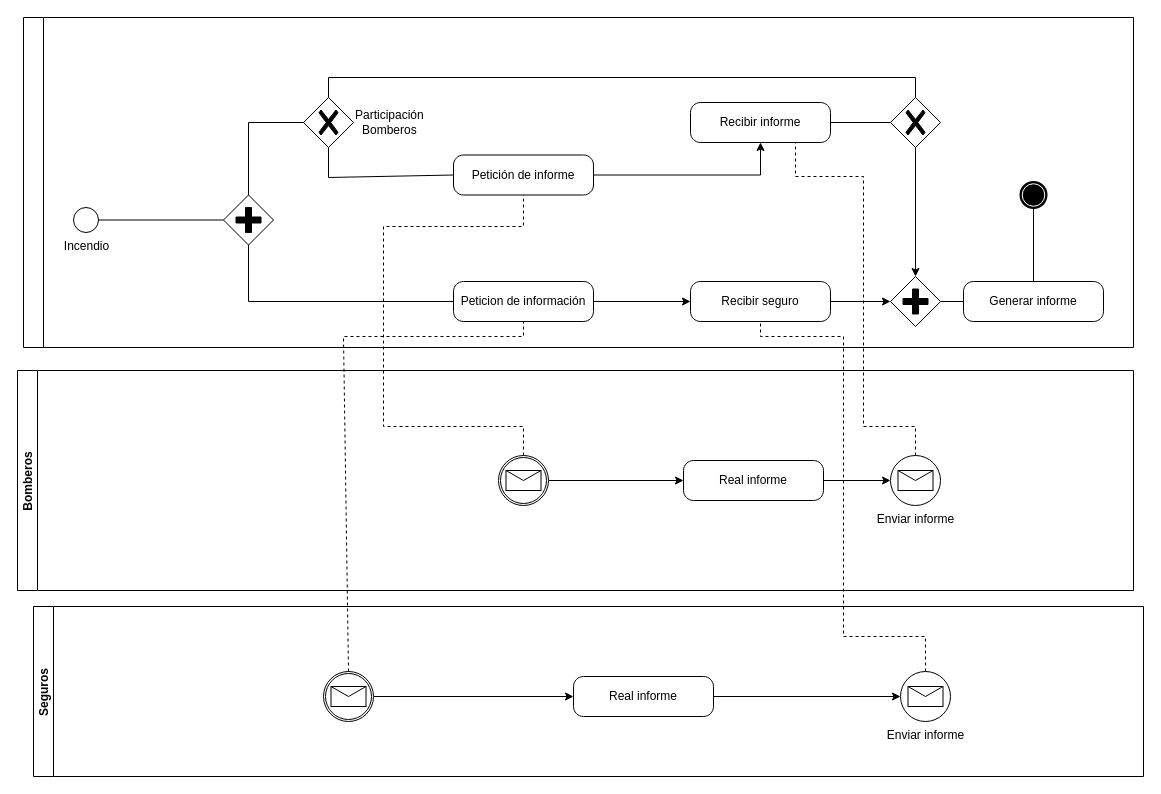
Earlier version of the draw.io diagram lab2/svgs/Supuesto01.drawio (javimlopez/INRE-UAL-Azul-2022). Source tidied: cells renumbered, new cells numbered last; positions are measured from the earlier drawing's top-left corner, leaving out a move shared by most shapes. Both pictures are drawn from the tidied source at 100%, with x=0, y=0 at pixel (17, 17).
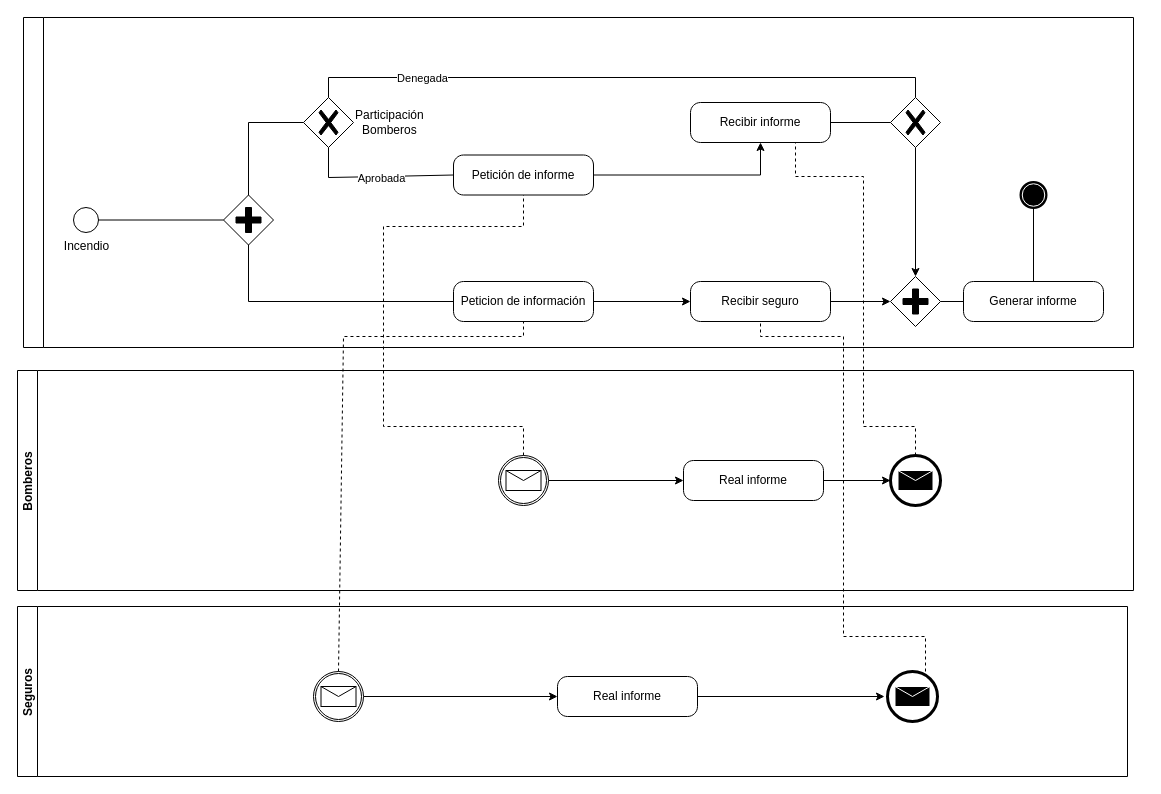
After the change.

Commit message (it also covers changes not shown here):
commmit lab1  35

The change refers to these unchanged cells:
```xml
<mxCell id="2" style="swimlane;horizontal=0;startSize=20;" parent="1" vertex="1">
  <mxGeometry x="6" width="1110" height="330" as="geometry" />
</mxCell>
<mxCell id="9" value="Participación&lt;br&gt;&lt;div style=&quot;text-align: center;&quot;&gt;Bomberos&lt;/div&gt;" style="points=[[0.25,0.25,0],[0.5,0,0],[0.75,0.25,0],[1,0.5,0],[0.75,0.75,0],[0.5,1,0],[0.25,0.75,0],[0,0.5,0]];shape=mxgraph.bpmn.gateway2;html=1;verticalLabelPosition=middle;labelBackgroundColor=#ffffff;verticalAlign=middle;align=left;perimeter=rhombusPerimeter;outlineConnect=0;outline=none;symbol=none;gwType=exclusive;labelPosition=right;" parent="2" vertex="1">
  <mxGeometry x="280" y="80" width="50" height="50" as="geometry" />
</mxCell>
<mxCell id="13" value="Recibir seguro" style="points=[[0.25,0,0],[0.5,0,0],[0.75,0,0],[1,0.25,0],[1,0.5,0],[1,0.75,0],[0.75,1,0],[0.5,1,0],[0.25,1,0],[0,0.75,0],[0,0.5,0],[0,0.25,0]];shape=mxgraph.bpmn.task;whiteSpace=wrap;rectStyle=rounded;size=10;taskMarker=abstract;" parent="2" vertex="1">
  <mxGeometry x="667" y="264" width="140" height="40" as="geometry" />
</mxCell>
<mxCell id="21" value="Recibir informe" style="points=[[0.25,0,0],[0.5,0,0],[0.75,0,0],[1,0.25,0],[1,0.5,0],[1,0.75,0],[0.75,1,0],[0.5,1,0],[0.25,1,0],[0,0.75,0],[0,0.5,0],[0,0.25,0]];shape=mxgraph.bpmn.task;whiteSpace=wrap;rectStyle=rounded;size=10;taskMarker=abstract;" parent="2" vertex="1">
  <mxGeometry x="667" y="85" width="140" height="40" as="geometry" />
</mxCell>
<mxCell id="23" style="endArrow=none;html=1;rounded=0;exitX=0.5;exitY=0;exitDx=0;exitDy=0;exitPerimeter=0;entryX=0.5;entryY=0;entryDx=0;entryDy=0;entryPerimeter=0;" parent="2" edge="1" source="9" target="16">
  <mxGeometry relative="1" as="geometry">
    <Array as="points">
      <mxPoint x="305" y="60" />
      <mxPoint x="892" y="60" />
    </Array>
  </mxGeometry>
</mxCell>
<mxCell id="25" value="Petición de informe" style="points=[[0.25,0,0],[0.5,0,0],[0.75,0,0],[1,0.25,0],[1,0.5,0],[1,0.75,0],[0.75,1,0],[0.5,1,0],[0.25,1,0],[0,0.75,0],[0,0.5,0],[0,0.25,0]];shape=mxgraph.bpmn.task;whiteSpace=wrap;rectStyle=rounded;size=10;taskMarker=abstract;" parent="2" vertex="1">
  <mxGeometry x="430" y="137.5" width="140" height="40" as="geometry" />
</mxCell>
<mxCell id="26" value="Bomberos" style="swimlane;startSize=20;horizontal=0;" parent="1" vertex="1">
  <mxGeometry y="353" width="1116" height="220" as="geometry" />
</mxCell>
<mxCell id="30" value="Real informe" style="points=[[0.25,0,0],[0.5,0,0],[0.75,0,0],[1,0.25,0],[1,0.5,0],[1,0.75,0],[0.75,1,0],[0.5,1,0],[0.25,1,0],[0,0.75,0],[0,0.5,0],[0,0.25,0]];shape=mxgraph.bpmn.task;whiteSpace=wrap;rectStyle=rounded;size=10;taskMarker=abstract;" parent="26" vertex="1">
  <mxGeometry x="666" y="90" width="140" height="40" as="geometry" />
</mxCell>
<mxCell id="36" value="Real informe" style="points=[[0.25,0,0],[0.5,0,0],[0.75,0,0],[1,0.25,0],[1,0.5,0],[1,0.75,0],[0.75,1,0],[0.5,1,0],[0.25,1,0],[0,0.75,0],[0,0.5,0],[0,0.25,0]];shape=mxgraph.bpmn.task;whiteSpace=wrap;rectStyle=rounded;size=10;taskMarker=abstract;" parent="32" vertex="1">
  <mxGeometry x="540" y="70" width="140" height="40" as="geometry" />
</mxCell>
```

The edit, as a diff of the source:
```diff
@@
     <mxCell id="11" style="endArrow=none;html=1;rounded=0;exitX=0.5;exitY=1;exitDx=0;exitDy=0;exitPerimeter=0;entryX=0;entryY=0.5;entryDx=0;entryDy=0;entryPerimeter=0;" parent="2" edge="1" source="9" target="25">
       <mxGeometry relative="1" as="geometry">
         <Array as="points">
           <mxPoint x="305" y="160" />
+          <mxPoint x="360" y="159" />
         </Array>
       </mxGeometry>
     </mxCell>
+    <mxCell id="42" value="Aprobada" style="edgeLabel;html=1;align=center;verticalAlign=middle;" parent="11" vertex="1">
+      <mxGeometry x="0.06" y="-1" relative="1" as="geometry" />
+    </mxCell>
@@
+    <mxCell id="43" value="Denegada" style="edgeLabel;html=1;align=center;verticalAlign=middle;" parent="23" vertex="1">
+      <mxGeometry x="-0.64" relative="1" as="geometry" />
+    </mxCell>
@@
-    <mxCell id="29" style="edgeStyle=orthogonalEdgeStyle;rounded=0;jettySize=auto;html=1;entryX=0;entryY=0.5;entryDx=0;entryDy=0;entryPerimeter=0;" parent="26" edge="1" source="30" target="31">
-      <mxGeometry relative="1" as="geometry" />
+    <mxCell id="29" style="edgeStyle=orthogonalEdgeStyle;rounded=0;jettySize=auto;html=1;entryX=0;entryY=0.5;entryDx=0;entryDy=0;entryPerimeter=0;" parent="26" edge="1" source="30">
+      <mxGeometry relative="1" as="geometry">
+        <mxPoint x="873" y="110" as="targetPoint" />
+      </mxGeometry>
     </mxCell>
@@
-    <mxCell id="31" value="Enviar informe" style="points=[[0.145,0.145,0],[0.5,0,0],[0.855,0.145,0],[1,0.5,0],[0.855,0.855,0],[0.5,1,0],[0.145,0.855,0],[0,0.5,0]];shape=mxgraph.bpmn.event;html=1;verticalLabelPosition=bottom;labelBackgroundColor=#ffffff;verticalAlign=top;align=center;perimeter=ellipsePerimeter;outlineConnect=0;outline=standard;symbol=message;" parent="26" vertex="1">
-      <mxGeometry x="873" y="85" width="50" height="50" as="geometry" />
-    </mxCell>
+    <mxCell id="44" style="shape=mxgraph.bpmn.event;html=1;verticalLabelPosition=bottom;labelBackgroundColor=#ffffff;verticalAlign=top;align=center;perimeter=ellipsePerimeter;outline=end;symbol=message;" parent="26" vertex="1">
+      <mxGeometry x="873" y="85" width="50" height="50" as="geometry" />
+    </mxCell>
     <mxCell id="32" value="Seguros" style="swimlane;startSize=20;horizontal=0;" parent="1" vertex="1">
-      <mxGeometry x="16" y="589" width="1110" height="170" as="geometry" />
+      <mxGeometry y="589" width="1110" height="170" as="geometry" />
     </mxCell>
@@
     <mxCell id="34" style="points=[[0.145,0.145,0],[0.5,0,0],[0.855,0.145,0],[1,0.5,0],[0.855,0.855,0],[0.5,1,0],[0.145,0.855,0],[0,0.5,0]];shape=mxgraph.bpmn.event;html=1;verticalLabelPosition=bottom;labelBackgroundColor=#ffffff;verticalAlign=top;align=center;perimeter=ellipsePerimeter;outlineConnect=0;outline=boundInt;symbol=message;" parent="32" vertex="1">
-      <mxGeometry x="290" y="65" width="50" height="50" as="geometry" />
+      <mxGeometry x="296" y="65" width="50" height="50" as="geometry" />
     </mxCell>
-    <mxCell id="35" style="edgeStyle=orthogonalEdgeStyle;rounded=0;jettySize=auto;html=1;entryX=0;entryY=0.5;entryDx=0;entryDy=0;entryPerimeter=0;" parent="32" edge="1" source="36" target="37">
-      <mxGeometry relative="1" as="geometry" />
+    <mxCell id="35" style="edgeStyle=orthogonalEdgeStyle;rounded=0;jettySize=auto;html=1;entryX=0;entryY=0.5;entryDx=0;entryDy=0;entryPerimeter=0;" parent="32" edge="1" source="36">
+      <mxGeometry relative="1" as="geometry">
+        <mxPoint x="867" y="90" as="targetPoint" />
+      </mxGeometry>
     </mxCell>
@@
-    <mxCell id="37" value="Enviar informe" style="points=[[0.145,0.145,0],[0.5,0,0],[0.855,0.145,0],[1,0.5,0],[0.855,0.855,0],[0.5,1,0],[0.145,0.855,0],[0,0.5,0]];shape=mxgraph.bpmn.event;html=1;verticalLabelPosition=bottom;labelBackgroundColor=#ffffff;verticalAlign=top;align=center;perimeter=ellipsePerimeter;outlineConnect=0;outline=standard;symbol=message;" parent="32" vertex="1">
-      <mxGeometry x="867" y="65" width="50" height="50" as="geometry" />
-    </mxCell>
+    <mxCell id="45" style="shape=mxgraph.bpmn.event;html=1;verticalLabelPosition=bottom;labelBackgroundColor=#ffffff;verticalAlign=top;align=center;perimeter=ellipsePerimeter;outline=end;symbol=message;" parent="32" vertex="1">
+      <mxGeometry x="870" y="65" width="50" height="50" as="geometry" />
+    </mxCell>
@@
-    <mxCell id="39" style="endArrow=none;dashed=1;html=1;rounded=0;entryX=0.75;entryY=1;entryDx=0;entryDy=0;entryPerimeter=0;exitX=0.5;exitY=0;exitDx=0;exitDy=0;exitPerimeter=0;" parent="1" edge="1" source="31" target="21">
+    <mxCell id="39" style="endArrow=none;dashed=1;html=1;rounded=0;entryX=0.75;entryY=1;entryDx=0;entryDy=0;entryPerimeter=0;exitX=0.5;exitY=0;exitDx=0;exitDy=0;exitPerimeter=0;" parent="1" edge="1" target="21">
       <mxGeometry relative="1" as="geometry">
+        <mxPoint x="898" y="438" as="sourcePoint" />
         <Array as="points">
           <mxPoint x="898" y="409" />
           <mxPoint x="846" y="409" />
           <mxPoint x="846" y="159" />
           <mxPoint x="778" y="159" />
         </Array>
       </mxGeometry>
     </mxCell>
@@
-    <mxCell id="41" style="endArrow=none;dashed=1;html=1;rounded=0;exitX=0.5;exitY=0;exitDx=0;exitDy=0;exitPerimeter=0;entryX=0.5;entryY=1;entryDx=0;entryDy=0;entryPerimeter=0;" parent="1" edge="1" source="37" target="13">
+    <mxCell id="41" style="endArrow=none;dashed=1;html=1;rounded=0;exitX=0.5;exitY=0;exitDx=0;exitDy=0;exitPerimeter=0;entryX=0.5;entryY=1;entryDx=0;entryDy=0;entryPerimeter=0;" parent="1" edge="1" target="13">
       <mxGeometry relative="1" as="geometry">
+        <mxPoint x="908" y="654" as="sourcePoint" />
         <Array as="points">
           <mxPoint x="908" y="619" />
           <mxPoint x="826" y="619" />
           <mxPoint x="826" y="319" />
           <mxPoint x="743" y="319" />
         </Array>
       </mxGeometry>
     </mxCell>
```
